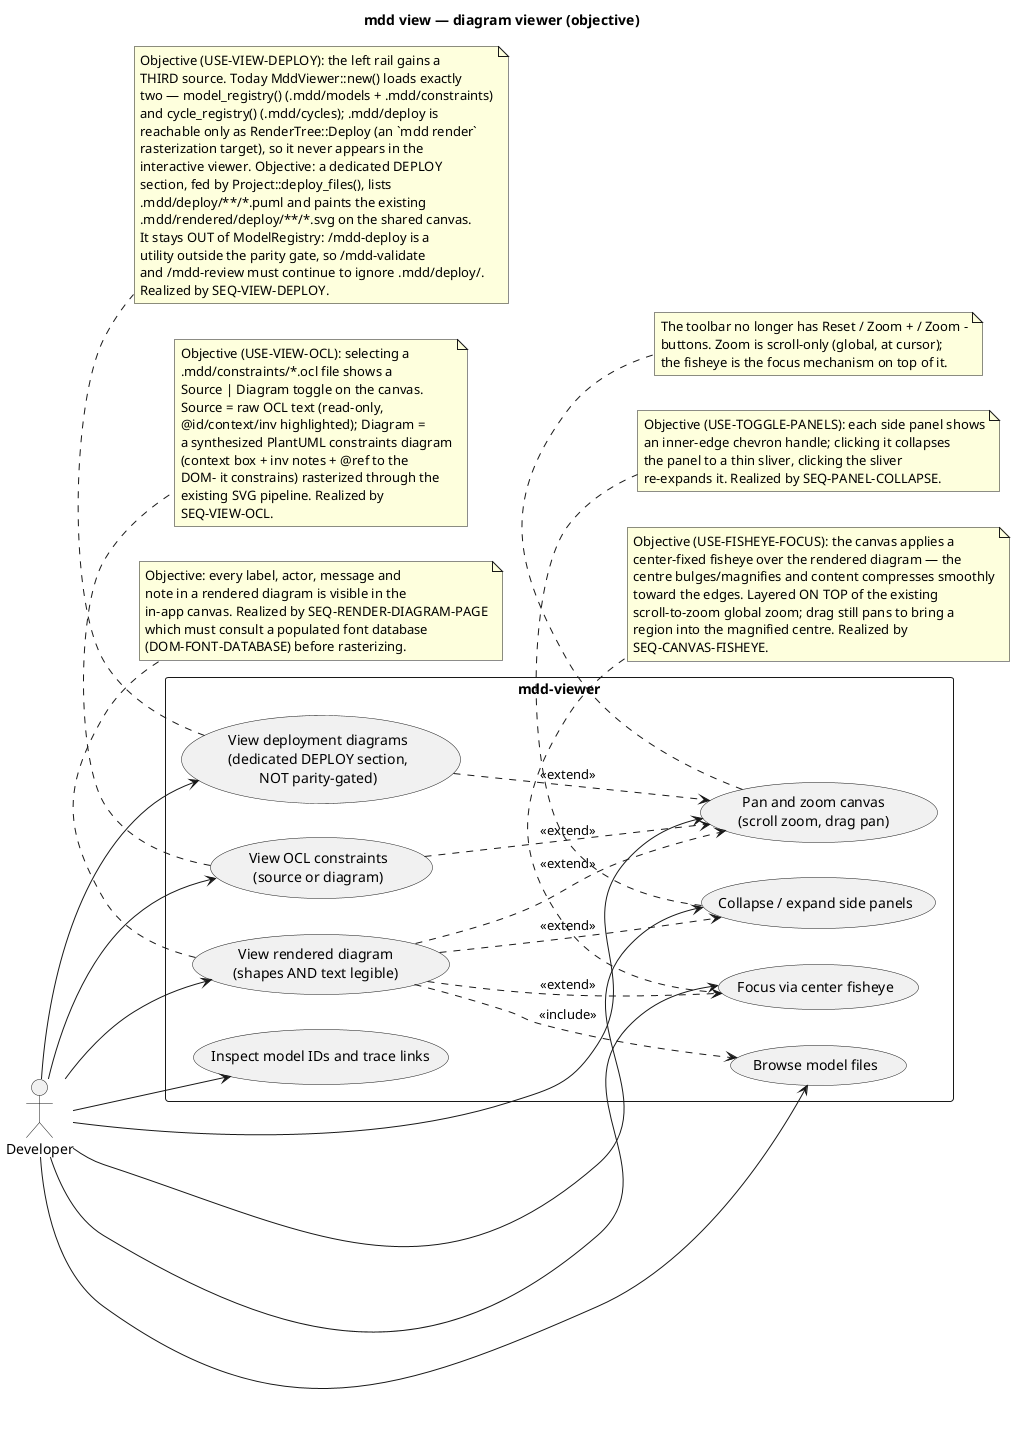
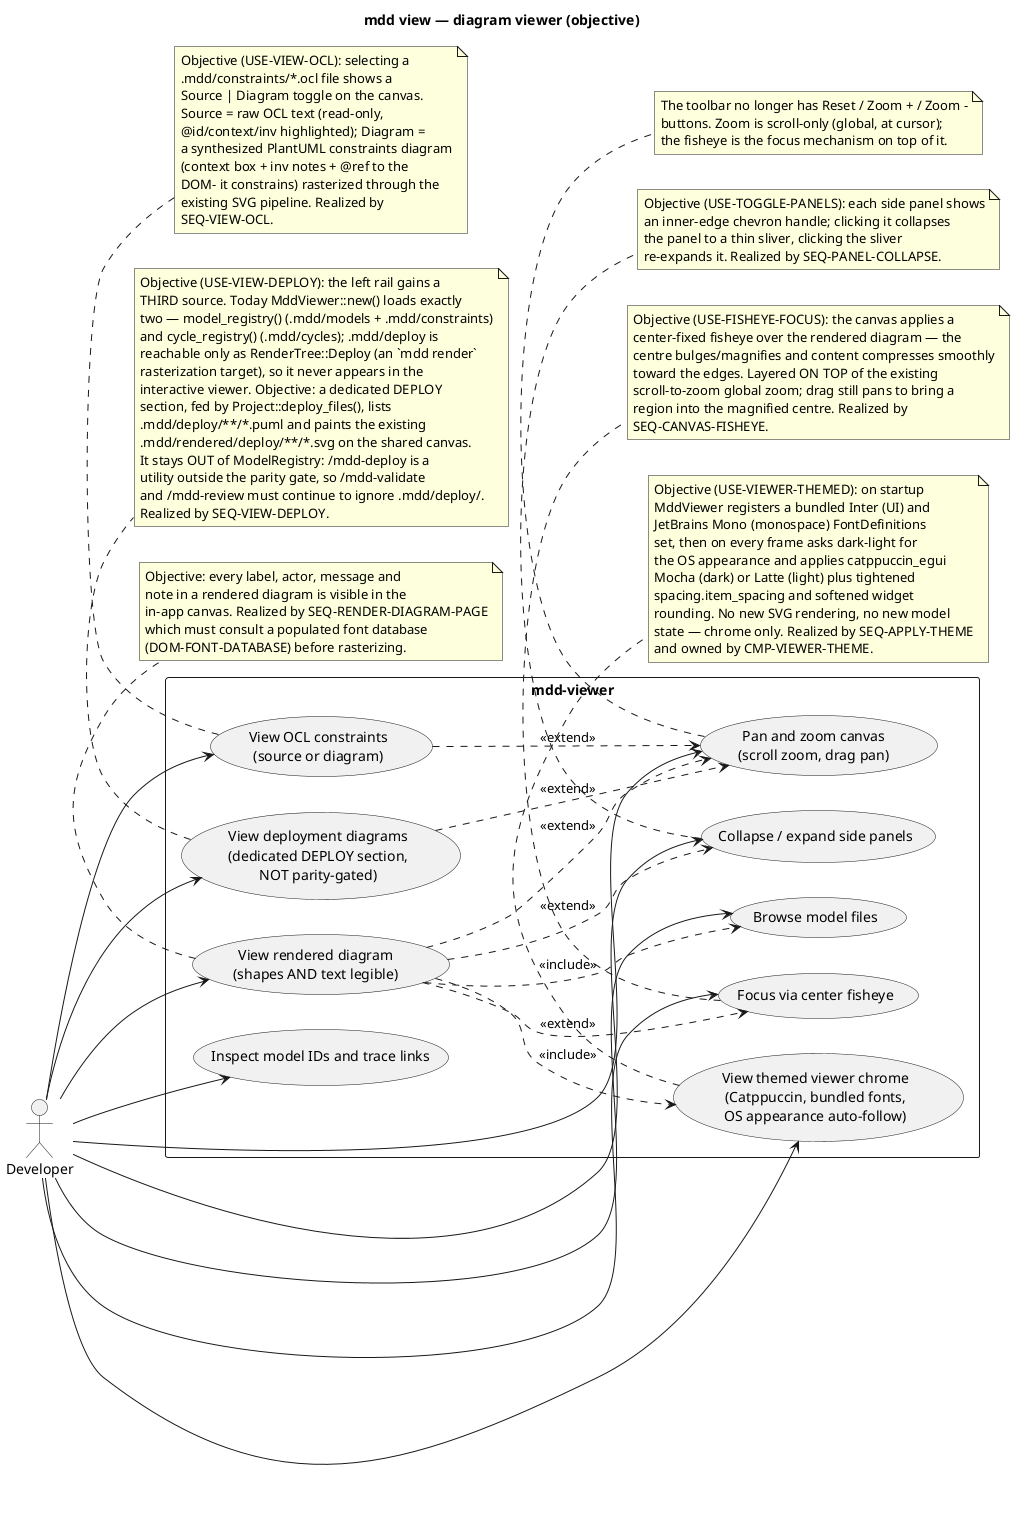
@startuml
' @id(USE-VIEW-DIAGRAMS)
' @desc(USE-VIEW-DIAGRAMS, "Developer views a rendered model diagram on the in-app canvas with shapes and text legible.")
' @id(USE-FISHEYE-FOCUS)
' @desc(USE-FISHEYE-FOCUS, "Developer focuses on part of a diagram via a center-fixed fisheye that magnifies the canvas centre and compresses content toward the edges, layered on the scroll global zoom.")
' @id(USE-TOGGLE-PANELS)
' @desc(USE-TOGGLE-PANELS, "Developer collapses or expands the left MODELS panel and the right MODEL CONTEXT panel via an inner-edge handle, reclaiming canvas width on demand.")
' @id(USE-VIEW-OCL)
' @desc(USE-VIEW-OCL, "Developer selects an .ocl constraint file and views it on the canvas with a Source/Diagram toggle: Source shows the raw OCL text, Diagram shows a synthesized PlantUML constraints diagram.")
' @id(USE-VIEW-DEPLOY)
' @desc(USE-VIEW-DEPLOY, "Developer sees /mdd-deploy deployment diagrams (.mdd/deploy/**/*.puml) in `mdd view`, listed in a DEDICATED 'DEPLOY' rail section that is visibly labelled as a utility artifact OUTSIDE the current<->objective parity gate. Selecting one paints its already-rendered .mdd/rendered/deploy/**/*.svg on the same canvas. The section is a THIRD viewer ingestion source alongside the model registry and the cycle registry; deployment files never enter ModelRegistry, so /mdd-validate and /mdd-review still never read .mdd/deploy/.")
+ ' @id(USE-VIEWER-THEMED)
+ ' @desc(USE-VIEWER-THEMED, "Developer sees the mdd-viewer chrome dressed by a Catppuccin palette (Mocha when the OS is dark, Latte when light, picked once per frame from the OS appearance), bundled Inter for UI text and JetBrains Mono for code/diff lists, and softened item spacing + corner rounding — instead of the bare egui defaults. Cross-platform single binary; chrome only — the SVG canvas rasterizer is untouched.")
' Objective-side use-case view. Same text-legibility acceptance as before,
' plus the focus+context fisheye, the collapsible side panels, an
- ' OCL constraint viewer, and a dedicated non-gated DEPLOY section that
- ' surfaces .mdd/deploy diagrams in the viewer; the toolbar no longer
- ' carries zoom controls.
+ ' OCL constraint viewer, a dedicated non-gated DEPLOY section, and
+ ' an OS-appearance-following Catppuccin theme with bundled fonts.
+ ' The toolbar no longer carries zoom controls.
title mdd view — diagram viewer (objective)

left to right direction

actor "Developer" as Dev

rectangle "mdd-viewer" {
  usecase "View rendered diagram\n(shapes AND text legible)" as View
  usecase "Browse model files" as Browse
  usecase "Pan and zoom canvas\n(scroll zoom, drag pan)" as PanZoom
  usecase "Focus via center fisheye" as Fisheye
  usecase "Collapse / expand side panels" as Panels
  usecase "Inspect model IDs and trace links" as Trace
  usecase "View OCL constraints\n(source or diagram)" as ViewOcl
  usecase "View deployment diagrams\n(dedicated DEPLOY section,\nNOT parity-gated)" as ViewDeploy
+   usecase "View themed viewer chrome\n(Catppuccin, bundled fonts,\nOS appearance auto-follow)" as Themed
}

Dev --> View
Dev --> Browse
Dev --> PanZoom
Dev --> Fisheye
Dev --> Panels
Dev --> Trace
Dev --> ViewOcl
Dev --> ViewDeploy
+ Dev --> Themed

View ..> Browse : <<include>>
View ..> PanZoom : <<extend>>
View ..> Fisheye : <<extend>>
View ..> Panels : <<extend>>
+ View ..> Themed : <<include>>
ViewOcl ..> PanZoom : <<extend>>
ViewDeploy ..> PanZoom : <<extend>>

note bottom of ViewOcl
  Objective (USE-VIEW-OCL): selecting a
  .mdd/constraints/*.ocl file shows a
  Source | Diagram toggle on the canvas.
  Source = raw OCL text (read-only,
  @id/context/inv highlighted); Diagram =
  a synthesized PlantUML constraints diagram
  (context box + inv notes + @ref to the
  DOM- it constrains) rasterized through the
  existing SVG pipeline. Realized by
  SEQ-VIEW-OCL.
end note

note bottom of View
  Objective: every label, actor, message and
  note in a rendered diagram is visible in the
  in-app canvas. Realized by SEQ-RENDER-DIAGRAM-PAGE
  which must consult a populated font database
  (DOM-FONT-DATABASE) before rasterizing.
end note

note bottom of Fisheye
  Objective (USE-FISHEYE-FOCUS): the canvas applies a
  center-fixed fisheye over the rendered diagram — the
  centre bulges/magnifies and content compresses smoothly
  toward the edges. Layered ON TOP of the existing
  scroll-to-zoom global zoom; drag still pans to bring a
  region into the magnified centre. Realized by
  SEQ-CANVAS-FISHEYE.
end note

note bottom of PanZoom
  The toolbar no longer has Reset / Zoom + / Zoom -
  buttons. Zoom is scroll-only (global, at cursor);
  the fisheye is the focus mechanism on top of it.
end note

note bottom of Panels
  Objective (USE-TOGGLE-PANELS): each side panel shows
  an inner-edge chevron handle; clicking it collapses
  the panel to a thin sliver, clicking the sliver
  re-expands it. Realized by SEQ-PANEL-COLLAPSE.
end note

+ note bottom of Themed
+   Objective (USE-VIEWER-THEMED): on startup
+   MddViewer registers a bundled Inter (UI) and
+   JetBrains Mono (monospace) FontDefinitions
+   set, then on every frame asks dark-light for
+   the OS appearance and applies catppuccin_egui
+   Mocha (dark) or Latte (light) plus tightened
+   spacing.item_spacing and softened widget
+   rounding. No new SVG rendering, no new model
+   state — chrome only. Realized by SEQ-APPLY-THEME
+   and owned by CMP-VIEWER-THEME.
+ end note
+ 
note bottom of ViewDeploy
  Objective (USE-VIEW-DEPLOY): the left rail gains a
  THIRD source. Today MddViewer::new() loads exactly
  two — model_registry() (.mdd/models + .mdd/constraints)
  and cycle_registry() (.mdd/cycles); .mdd/deploy is
  reachable only as RenderTree::Deploy (an `mdd render`
  rasterization target), so it never appears in the
  interactive viewer. Objective: a dedicated DEPLOY
  section, fed by Project::deploy_files(), lists
  .mdd/deploy/**/*.puml and paints the existing
  .mdd/rendered/deploy/**/*.svg on the shared canvas.
  It stays OUT of ModelRegistry: /mdd-deploy is a
  utility outside the parity gate, so /mdd-validate
  and /mdd-review must continue to ignore .mdd/deploy/.
  Realized by SEQ-VIEW-DEPLOY.
end note
@enduml
